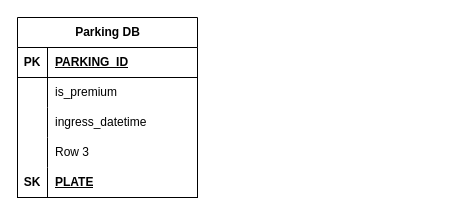
Earlier version of the draw.io diagram database-structure.drawio (jose827corrza/parking-admin-backend). Source tidied: cells renumbered, new cells numbered last; positions are measured from the earlier drawing's top-left corner, leaving out a move shared by most shapes. Both pictures are drawn from the tidied source at 100%, with x=0, y=0 at pixel (17, 17).
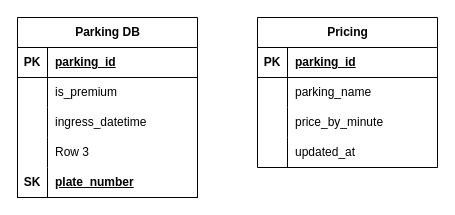
The same diagram, later.

The change refers to these unchanged cells:
```xml
<mxCell id="3" style="shape=tableRow;horizontal=0;startSize=0;swimlaneHead=0;swimlaneBody=0;fillColor=none;top=0;left=0;right=0;bottom=1;" parent="2" vertex="1">
  <mxGeometry y="30" width="180" height="30" as="geometry" />
</mxCell>
<mxCell id="15" style="shape=tableRow;horizontal=0;startSize=0;swimlaneHead=0;swimlaneBody=0;fillColor=none;top=0;left=0;right=0;bottom=1;" parent="2" vertex="1">
  <mxGeometry y="150" width="180" height="30" as="geometry" />
</mxCell>
```

The edit, as a diff of the source:
```diff
@@
-    <mxCell id="5" value="PARKING_ID" style="shape=partialRectangle;fillColor=none;top=0;left=0;bottom=0;right=0;align=left;spacingLeft=6;fontStyle=5;overflow=hidden;whiteSpace=wrap;html=1;" parent="3" vertex="1">
+    <mxCell id="5" value="parking_id" style="shape=partialRectangle;fillColor=none;top=0;left=0;bottom=0;right=0;align=left;spacingLeft=6;fontStyle=5;overflow=hidden;whiteSpace=wrap;html=1;" parent="3" vertex="1">
       <mxGeometry x="30" width="150" height="30" as="geometry" />
     </mxCell>
@@
-    <mxCell id="17" value="PLATE" style="shape=partialRectangle;fillColor=none;top=0;left=0;bottom=0;right=0;align=left;spacingLeft=6;fontStyle=5;overflow=hidden;whiteSpace=wrap;html=1;" parent="15" vertex="1">
+    <mxCell id="17" value="plate_number" style="shape=partialRectangle;fillColor=none;top=0;left=0;bottom=0;right=0;align=left;spacingLeft=6;fontStyle=5;overflow=hidden;whiteSpace=wrap;html=1;" parent="15" vertex="1">
       <mxGeometry x="30" width="150" height="30" as="geometry" />
     </mxCell>
+    <mxCell id="18" value="Pricing" style="shape=table;startSize=30;childLayout=tableLayout;rowLines=0;fontStyle=1;align=center;html=1;" parent="1" vertex="1">
+      <mxGeometry x="240" width="180" height="150" as="geometry" />
+    </mxCell>
+    <mxCell id="19" style="shape=tableRow;horizontal=0;startSize=0;swimlaneHead=0;swimlaneBody=0;fillColor=none;top=0;left=0;right=0;bottom=1;" parent="18" vertex="1">
+      <mxGeometry y="30" width="180" height="30" as="geometry" />
+    </mxCell>
+    <mxCell id="20" value="PK" style="shape=partialRectangle;fillColor=none;top=0;left=0;bottom=0;right=0;fontStyle=1;overflow=hidden;whiteSpace=wrap;html=1;" parent="19" vertex="1">
+      <mxGeometry width="30" height="30" as="geometry" />
+    </mxCell>
+    <mxCell id="21" value="parking_id" style="shape=partialRectangle;fillColor=none;top=0;left=0;bottom=0;right=0;align=left;spacingLeft=6;fontStyle=5;overflow=hidden;whiteSpace=wrap;html=1;" parent="19" vertex="1">
+      <mxGeometry x="30" width="150" height="30" as="geometry" />
+    </mxCell>
+    <mxCell id="22" style="shape=tableRow;horizontal=0;startSize=0;swimlaneHead=0;swimlaneBody=0;fillColor=none;top=0;left=0;right=0;bottom=0;" parent="18" vertex="1">
+      <mxGeometry y="60" width="180" height="30" as="geometry" />
+    </mxCell>
+    <mxCell id="23" style="shape=partialRectangle;fillColor=none;top=0;left=0;bottom=0;right=0;overflow=hidden;whiteSpace=wrap;html=1;" parent="22" vertex="1">
+      <mxGeometry width="30" height="30" as="geometry" />
+    </mxCell>
+    <mxCell id="24" value="parking_name" style="shape=partialRectangle;fillColor=none;top=0;left=0;bottom=0;right=0;align=left;spacingLeft=6;overflow=hidden;whiteSpace=wrap;html=1;" parent="22" vertex="1">
+      <mxGeometry x="30" width="150" height="30" as="geometry" />
+    </mxCell>
+    <mxCell id="25" style="shape=tableRow;horizontal=0;startSize=0;swimlaneHead=0;swimlaneBody=0;fillColor=none;top=0;left=0;right=0;bottom=0;" parent="18" vertex="1">
+      <mxGeometry y="90" width="180" height="30" as="geometry" />
+    </mxCell>
+    <mxCell id="26" style="shape=partialRectangle;fillColor=none;top=0;left=0;bottom=0;right=0;overflow=hidden;whiteSpace=wrap;html=1;" parent="25" vertex="1">
+      <mxGeometry width="30" height="30" as="geometry" />
+    </mxCell>
+    <mxCell id="27" value="price_by_minute" style="shape=partialRectangle;fillColor=none;top=0;left=0;bottom=0;right=0;align=left;spacingLeft=6;overflow=hidden;whiteSpace=wrap;html=1;" parent="25" vertex="1">
+      <mxGeometry x="30" width="150" height="30" as="geometry" />
+    </mxCell>
+    <mxCell id="28" style="shape=tableRow;horizontal=0;startSize=0;swimlaneHead=0;swimlaneBody=0;fillColor=none;top=0;left=0;right=0;bottom=0;" parent="18" vertex="1">
+      <mxGeometry y="120" width="180" height="30" as="geometry" />
+    </mxCell>
+    <mxCell id="29" style="shape=partialRectangle;fillColor=none;top=0;left=0;bottom=0;right=0;overflow=hidden;whiteSpace=wrap;html=1;" parent="28" vertex="1">
+      <mxGeometry width="30" height="30" as="geometry" />
+    </mxCell>
+    <mxCell id="30" value="updated_at" style="shape=partialRectangle;fillColor=none;top=0;left=0;bottom=0;right=0;align=left;spacingLeft=6;overflow=hidden;whiteSpace=wrap;html=1;" parent="28" vertex="1">
+      <mxGeometry x="30" width="150" height="30" as="geometry" />
+    </mxCell>
```
